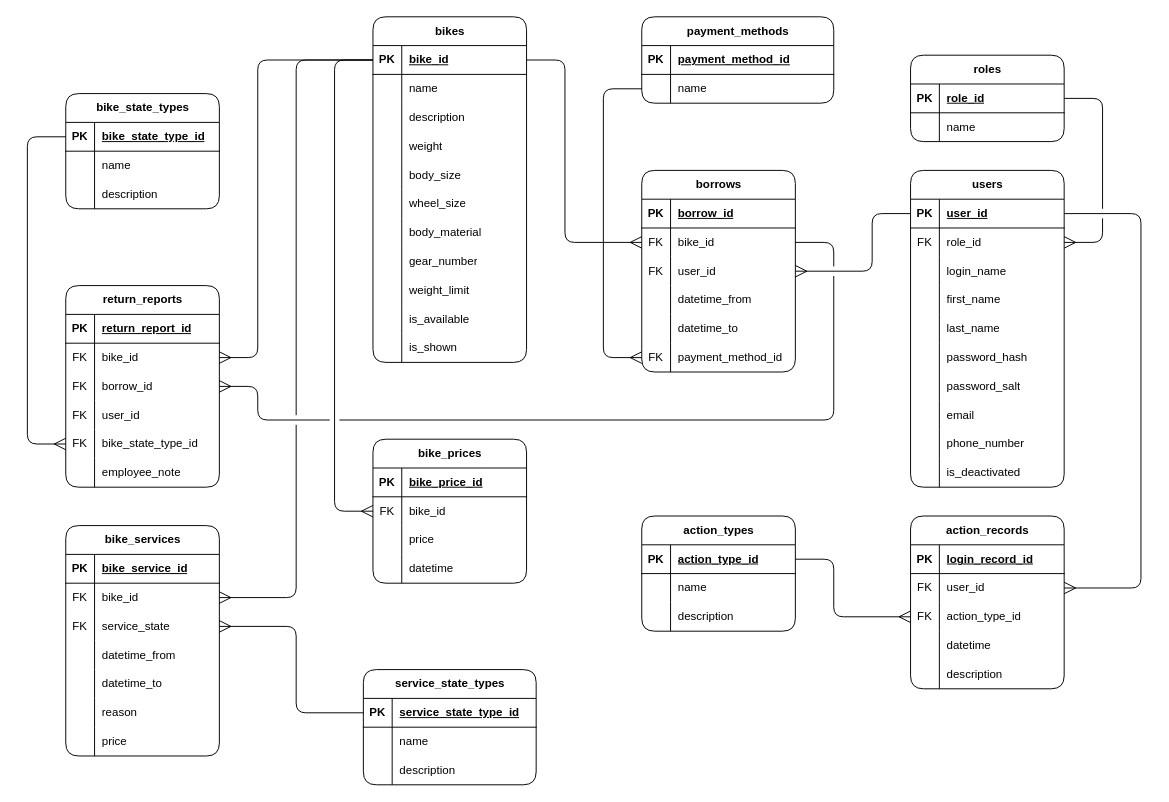
This is page "ER Diagram" (6 of 6) of diagrams.drawio from KrazyManJ/jolt, a draw.io file, before an edit. Source tidied: cells renumbered, new cells numbered last; positions are measured from the earlier drawing's top-left corner, leaving out a move shared by most shapes. Both pictures are drawn from the tidied source at 96%, with x=0, y=0 at pixel (27, 16).
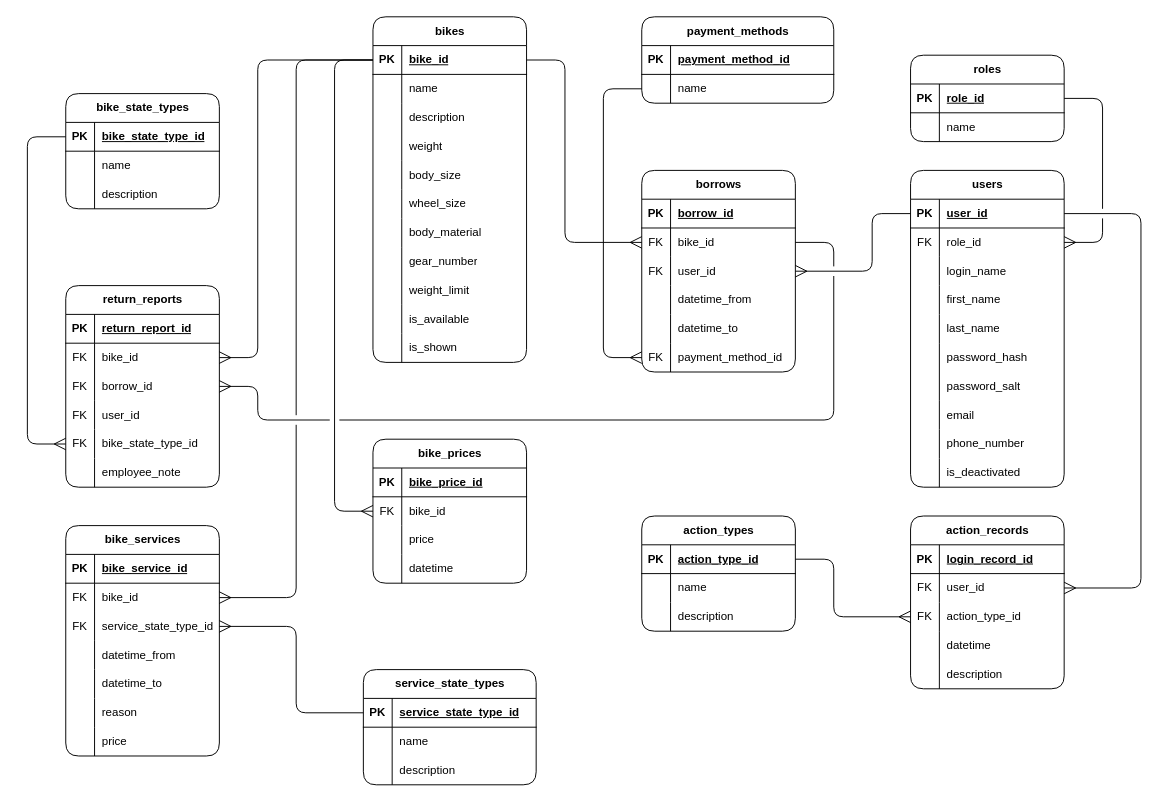
The same diagram, later.

Commit message:
Updated ER Diagram - changed service_type to service_type_state_id in bike_services

Unchanged cells that the change refers to:
```xml
<mxCell id="145" style="shape=tableRow;horizontal=0;startSize=0;swimlaneHead=0;swimlaneBody=0;fillColor=none;points=[[0,0.5],[1,0.5]];portConstraint=eastwest;top=0;left=0;right=0;bottom=0;html=1;" parent="138" vertex="1">
  <mxGeometry y="90" width="160" height="30" as="geometry" />
</mxCell>
```

Diff of the diagram source:
```diff
@@
-    <mxCell id="147" value="service_state" style="shape=partialRectangle;fillColor=none;top=0;left=0;bottom=0;right=0;align=left;spacingLeft=6;overflow=hidden;html=1;" parent="145" vertex="1">
+    <mxCell id="147" value="service_state_type_id" style="shape=partialRectangle;fillColor=none;top=0;left=0;bottom=0;right=0;align=left;spacingLeft=6;overflow=hidden;html=1;" parent="145" vertex="1">
       <mxGeometry x="30" width="130" height="30" as="geometry" />
     </mxCell>
```
